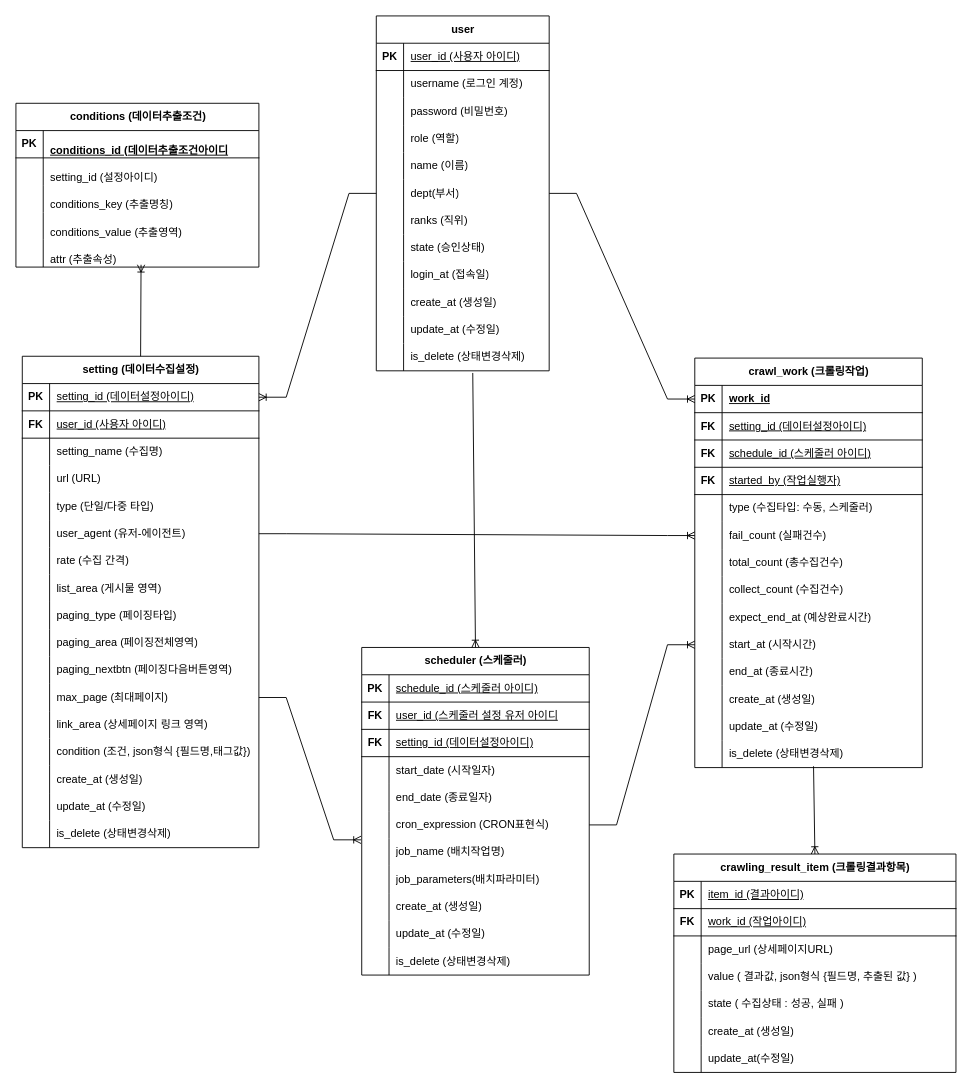
Above: 문서/제목 없는 다이어그램.drawio in pky6147/ksis (draw.io), before the change. Source tidied: cells renumbered, new cells numbered last; positions are measured from the earlier drawing's top-left corner, leaving out a move shared by most shapes. Both pictures are drawn from the tidied source at 91%, with x=0, y=0 at pixel (15, 15).
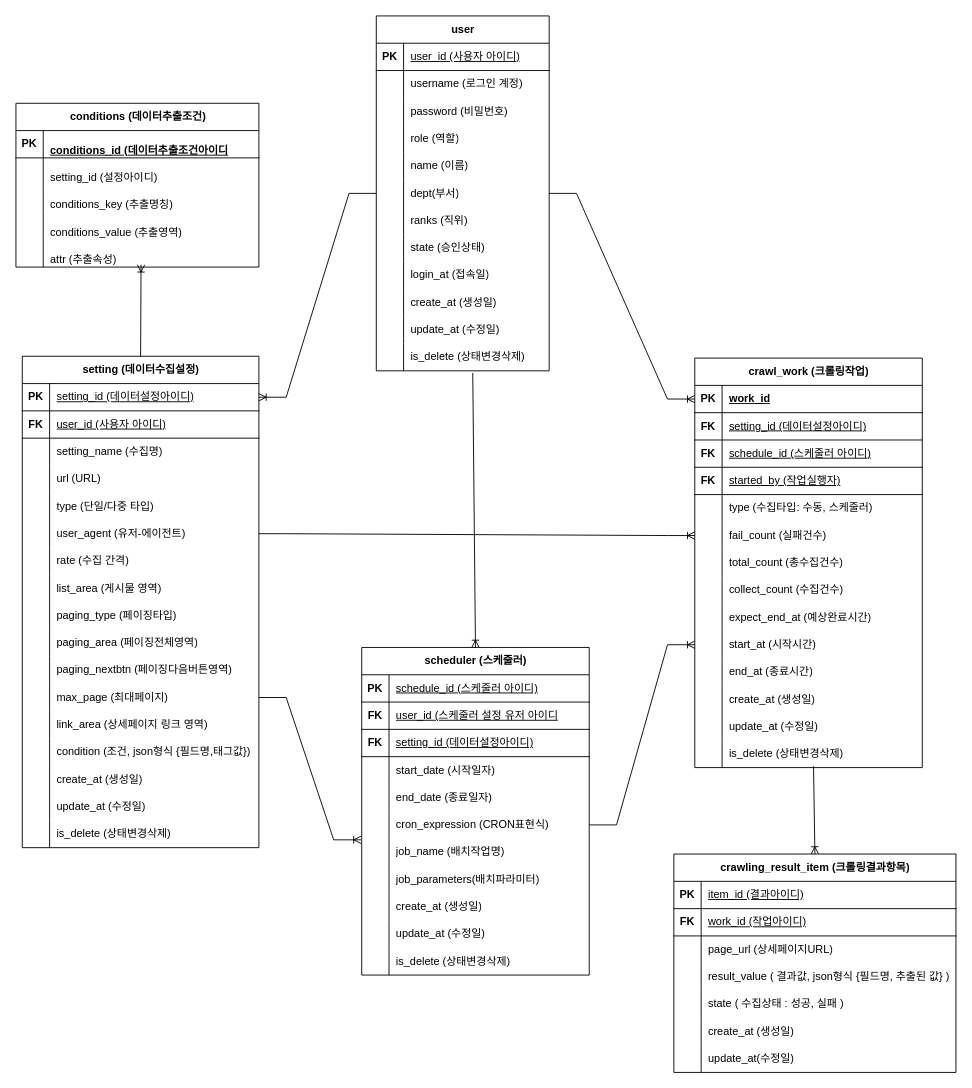
The same page after the edit.

The change refers to these unchanged cells:
```xml
<mxCell id="135" style="shape=tableRow;horizontal=0;startSize=0;swimlaneHead=0;swimlaneBody=0;fillColor=none;top=0;left=0;right=0;bottom=0;" parent="125" vertex="1">
  <mxGeometry y="120" width="310" height="30" as="geometry" />
</mxCell>
```

The edit, as a diff of the source:
```diff
@@
-    <mxCell id="137" value="value ( 결과값, json형식 {필드명, 추출된 값} )" style="shape=partialRectangle;fillColor=none;top=0;left=0;bottom=0;right=0;align=left;spacingLeft=6;overflow=hidden;whiteSpace=wrap;html=1;" parent="135" vertex="1">
+    <mxCell id="137" value="result_value ( 결과값, json형식 {필드명, 추출된 값} )" style="shape=partialRectangle;fillColor=none;top=0;left=0;bottom=0;right=0;align=left;spacingLeft=6;overflow=hidden;whiteSpace=wrap;html=1;" parent="135" vertex="1">
       <mxGeometry x="30" width="280" height="30" as="geometry" />
     </mxCell>
```
